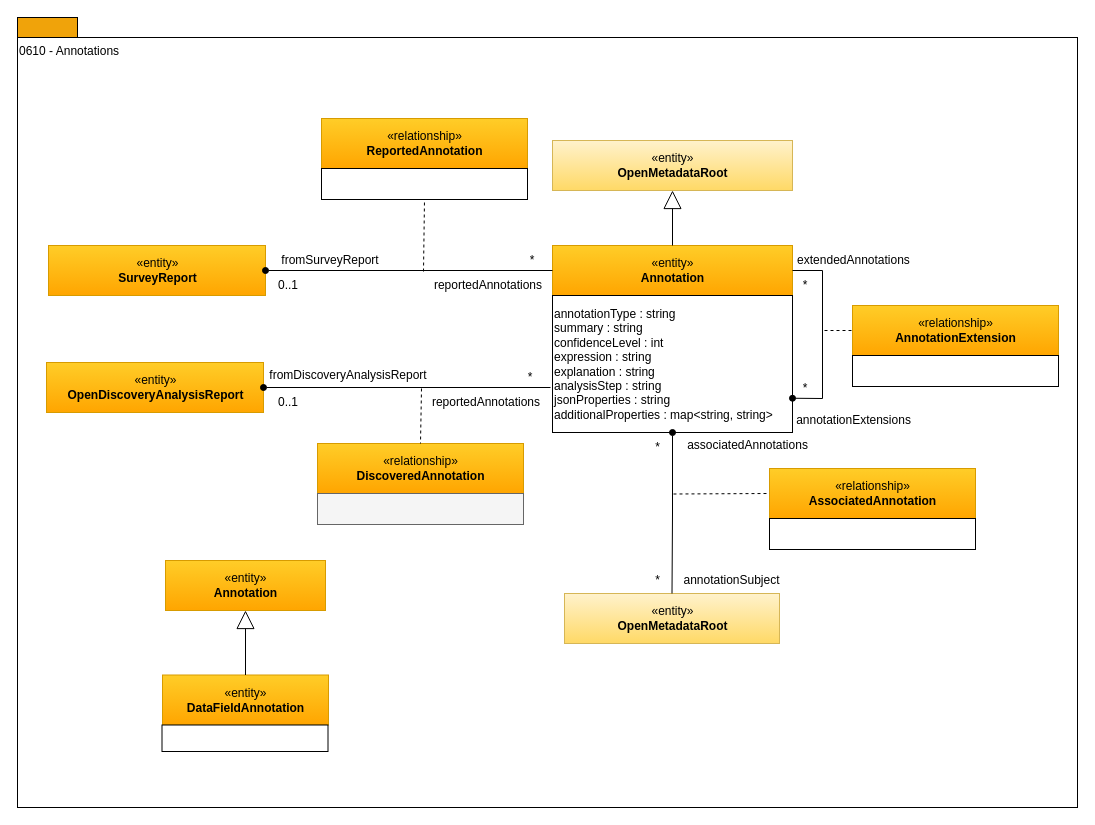
odpi/egeria-docs keeps this draw.io diagram as page "0610-Annotations" (5 of 17) of site/docs/types/6/area-6-discovery.drawio. Above is the earlier version. Source tidied: cells renumbered, new cells numbered last; positions are measured from the earlier drawing's top-left corner, leaving out a move shared by most shapes. Both pictures are drawn from the tidied source at 100%, with x=0, y=0 at pixel (17, 17).
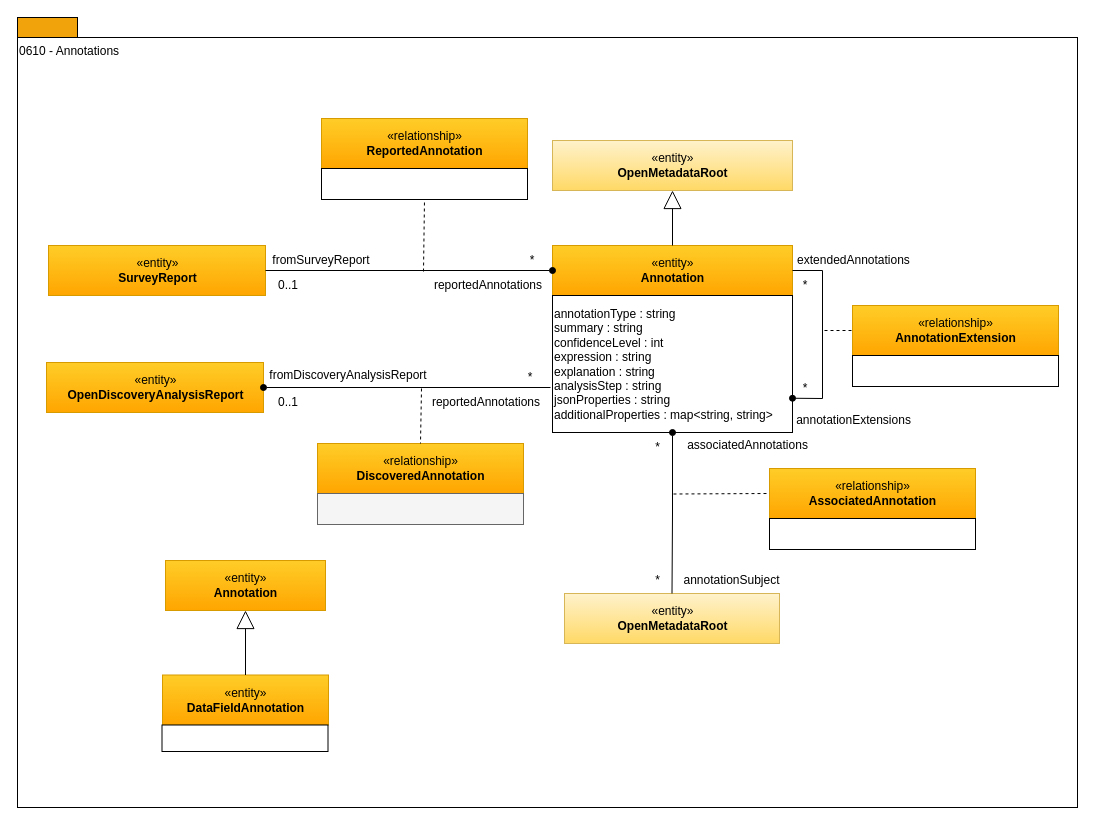
After the change.

Unchanged cells that the change refers to:
```xml
<mxCell id="4" value="«entity»&lt;br&gt;&lt;b&gt;Annotation&lt;/b&gt;" style="html=1;strokeColor=#d79b00;align=center;fillColor=#ffcd28;gradientColor=#ffa500;" parent="1" vertex="1">
  <mxGeometry x="535" y="228" width="240" height="50" as="geometry" />
</mxCell>
<mxCell id="6" value="*" style="text;html=1;strokeColor=none;fillColor=none;align=center;verticalAlign=middle;whiteSpace=wrap;rounded=0;" parent="1" vertex="1">
  <mxGeometry x="495" y="233" width="40" height="20" as="geometry" />
</mxCell>
<mxCell id="10" value="«entity»&lt;br&gt;&lt;b&gt;SurveyReport&lt;/b&gt;" style="html=1;strokeColor=#d79b00;align=center;fillColor=#ffcd28;gradientColor=#ffa500;" parent="1" vertex="1">
  <mxGeometry x="31" y="228" width="217" height="50" as="geometry" />
</mxCell>
```

What changed in the source:
```diff
@@
     <mxCell id="8" value="fromSurveyReport" style="text;html=1;strokeColor=none;fillColor=none;align=center;verticalAlign=middle;whiteSpace=wrap;rounded=0;" parent="1" vertex="1">
-      <mxGeometry x="251" y="233" width="124" height="20" as="geometry" />
+      <mxGeometry x="242" y="233" width="124" height="20" as="geometry" />
     </mxCell>
@@
-    <mxCell id="24" style="endArrow=oval;html=1;entryX=1;entryY=0.5;exitX=0;exitY=0.5;endFill=1;" parent="1" edge="1" source="4" target="10">
+    <mxCell id="24" style="endArrow=oval;html=1;entryX=1;entryY=1;exitX=1;exitY=0.5;endFill=1;exitDx=0;exitDy=0;entryDx=0;entryDy=0;" parent="1" edge="1" source="10" target="6">
       <mxGeometry relative="1" as="geometry" />
     </mxCell>
```
